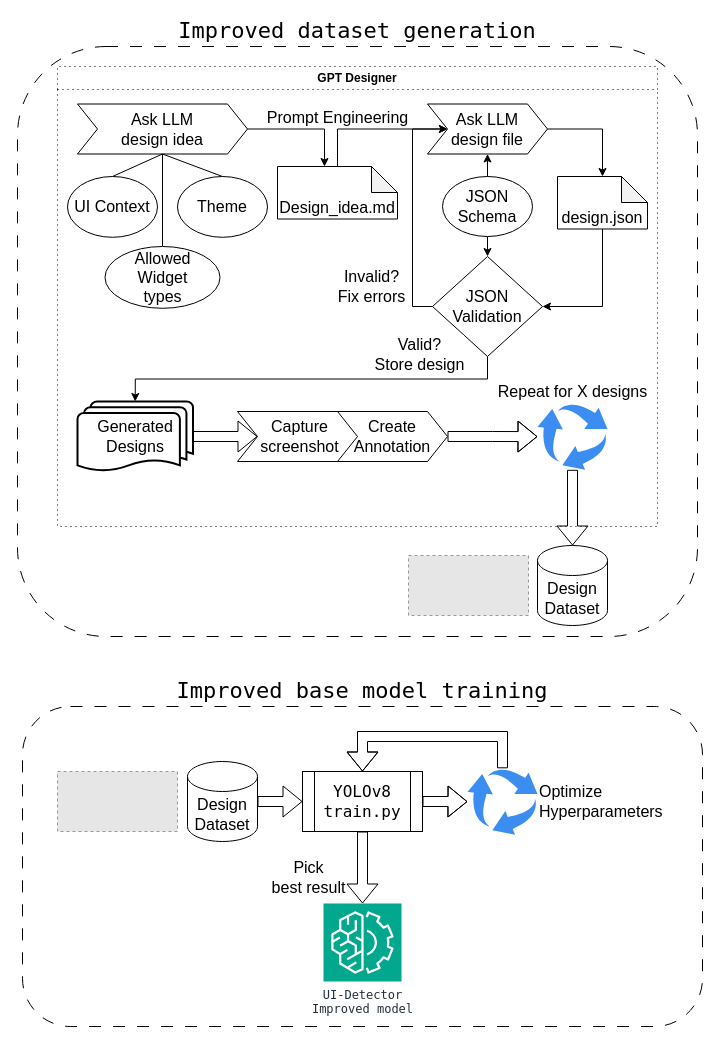
Earlier version of the draw.io diagram page "Improved Model" (3 of 5) of doc/Framework.drawio (HackXIt/lvgl-ui-detector). Source tidied: cells renumbered, new cells numbered last; positions are measured from the earlier drawing's top-left corner, leaving out a move shared by most shapes. Both pictures are drawn from the tidied source at 100%, with x=0, y=0 at pixel (17, 46). Pictures stored in the file or linked from it are replaced by grey dashed boxes.
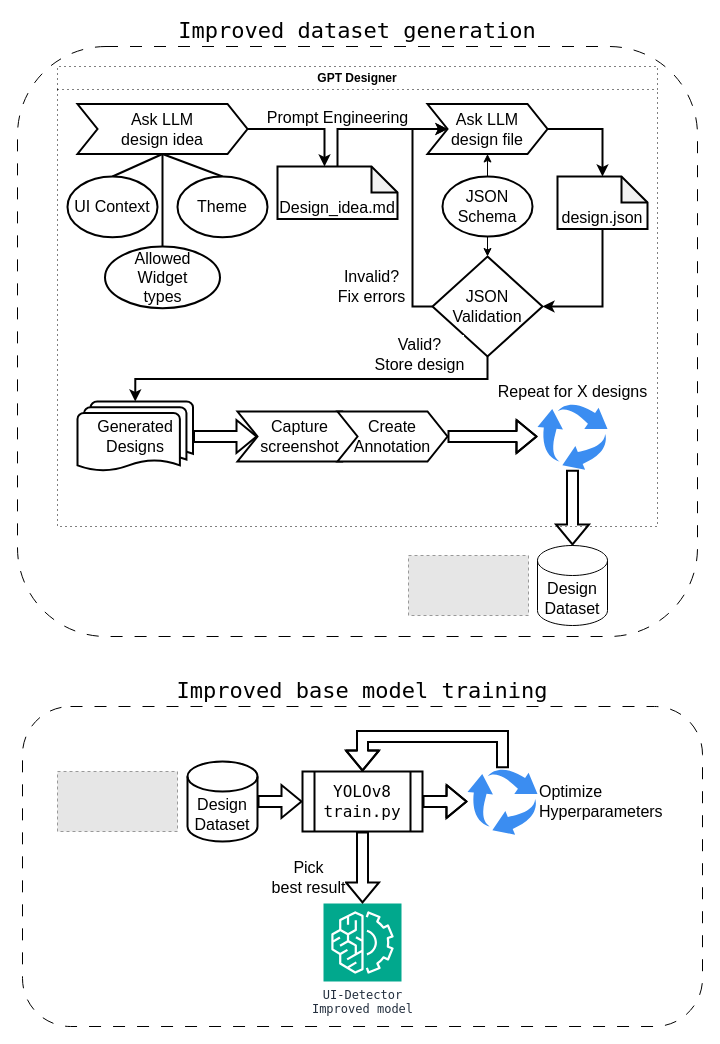
After the change.

Unchanged cells that the change refers to:
```xml
<mxCell id="3" value="GPT Designer" style="swimlane;whiteSpace=wrap;html=1;strokeWidth=1;dashed=1;dashPattern=1 4;" parent="1" vertex="1">
  <mxGeometry x="40" y="20" width="600" height="460" as="geometry" />
</mxCell>
<mxCell id="22" value="Generated&lt;br style=&quot;font-size: 16px;&quot;&gt;Designs" style="strokeWidth=2;html=1;shape=mxgraph.flowchart.multi-document;whiteSpace=wrap;fontSize=16;" parent="3" vertex="1">
  <mxGeometry x="20" y="335" width="115.5" height="70" as="geometry" />
</mxCell>
<mxCell id="27" value="Design&lt;br&gt;Dataset" style="shape=cylinder3;whiteSpace=wrap;html=1;boundedLbl=1;backgroundOutline=1;size=15;fontSize=16;" parent="25" vertex="1">
  <mxGeometry x="129" width="70" height="80" as="geometry" />
</mxCell>
<mxCell id="31" value="UI-Detector&lt;br&gt;Improved model" style="sketch=0;points=[[0,0,0],[0.25,0,0],[0.5,0,0],[0.75,0,0],[1,0,0],[0,1,0],[0.25,1,0],[0.5,1,0],[0.75,1,0],[1,1,0],[0,0.25,0],[0,0.5,0],[0,0.75,0],[1,0.25,0],[1,0.5,0],[1,0.75,0]];outlineConnect=0;fontColor=#232F3E;fillColor=#01A88D;strokeColor=#ffffff;dashed=0;verticalLabelPosition=bottom;verticalAlign=top;align=center;html=1;fontSize=12;fontStyle=0;shape=mxgraph.aws4.resourceIcon;resIcon=mxgraph.aws4.machine_learning;labelPosition=center;fontFamily=Lucida Console;" parent="1" vertex="1">
  <mxGeometry x="306" y="857" width="78" height="78" as="geometry" />
</mxCell>
<mxCell id="36" value="&lt;font style=&quot;font-size: 16px;&quot;&gt;Optimize&lt;br&gt;Hyperparameters&lt;/font&gt;" style="sketch=0;html=1;strokeColor=none;shadow=0;fillColor=#3B8DF1;verticalAlign=middle;labelPosition=right;verticalLabelPosition=middle;shape=mxgraph.gcp2.arrow_cycle;align=left;" parent="1" vertex="1">
  <mxGeometry x="450" y="721.8" width="70" height="66.5" as="geometry" />
</mxCell>
<mxCell id="40" value="&lt;font style=&quot;font-size: 16px;&quot;&gt;Repeat for X designs&lt;/font&gt;" style="sketch=0;html=1;strokeColor=none;shadow=0;fillColor=#3B8DF1;verticalAlign=bottom;labelPosition=center;verticalLabelPosition=top;shape=mxgraph.gcp2.arrow_cycle;align=center;" parent="1" vertex="1">
  <mxGeometry x="520" y="356.8" width="70" height="66.5" as="geometry" />
</mxCell>
```

The edit, as a diff of the source:
```diff
@@
-    <mxCell id="4" value="Ask LLM&lt;br&gt;design idea" style="shape=step;perimeter=stepPerimeter;whiteSpace=wrap;html=1;fixedSize=1;fontSize=16;" parent="3" vertex="1">
+    <mxCell id="4" value="Ask LLM&lt;br&gt;design idea" style="shape=step;perimeter=stepPerimeter;whiteSpace=wrap;html=1;fixedSize=1;fontSize=16;strokeWidth=2;" parent="3" vertex="1">
       <mxGeometry x="20" y="37.5" width="170" height="50" as="geometry" />
     </mxCell>
-    <mxCell id="5" value="Ask LLM&lt;br&gt;design file" style="shape=step;perimeter=stepPerimeter;whiteSpace=wrap;html=1;fixedSize=1;fontSize=16;" parent="3" vertex="1">
+    <mxCell id="5" value="Ask LLM&lt;br&gt;design file" style="shape=step;perimeter=stepPerimeter;whiteSpace=wrap;html=1;fixedSize=1;fontSize=16;strokeWidth=2;" parent="3" vertex="1">
       <mxGeometry x="370" y="37.5" width="120" height="50" as="geometry" />
     </mxCell>
-    <mxCell id="6" style="rounded=0;jettySize=auto;html=1;exitX=0.5;exitY=0;exitDx=0;exitDy=0;entryX=0.5;entryY=1;entryDx=0;entryDy=0;endArrow=none;endFill=0;" parent="3" edge="1" source="7" target="4">
+    <mxCell id="6" style="rounded=0;jettySize=auto;html=1;exitX=0.5;exitY=0;exitDx=0;exitDy=0;entryX=0.5;entryY=1;entryDx=0;entryDy=0;endArrow=none;endFill=0;strokeWidth=2;" parent="3" edge="1" source="7" target="4">
       <mxGeometry relative="1" as="geometry" />
     </mxCell>
-    <mxCell id="7" value="UI Context" style="ellipse;whiteSpace=wrap;html=1;fontSize=16;" parent="3" vertex="1">
+    <mxCell id="7" value="UI Context" style="ellipse;whiteSpace=wrap;html=1;fontSize=16;strokeWidth=2;" parent="3" vertex="1">
       <mxGeometry x="10" y="110" width="90" height="60.8" as="geometry" />
     </mxCell>
-    <mxCell id="8" style="rounded=0;jettySize=auto;html=1;exitX=0.5;exitY=0;exitDx=0;exitDy=0;entryX=0.5;entryY=1;entryDx=0;entryDy=0;endArrow=none;endFill=0;" parent="3" edge="1" source="9" target="4">
+    <mxCell id="8" style="rounded=0;jettySize=auto;html=1;exitX=0.5;exitY=0;exitDx=0;exitDy=0;entryX=0.5;entryY=1;entryDx=0;entryDy=0;endArrow=none;endFill=0;strokeWidth=2;" parent="3" edge="1" source="9" target="4">
       <mxGeometry relative="1" as="geometry" />
     </mxCell>
-    <mxCell id="9" value="Allowed&lt;br&gt;Widget&lt;br&gt;types" style="ellipse;whiteSpace=wrap;html=1;fontSize=16;" parent="3" vertex="1">
+    <mxCell id="9" value="Allowed&lt;br&gt;Widget&lt;br&gt;types" style="ellipse;whiteSpace=wrap;html=1;fontSize=16;strokeWidth=2;" parent="3" vertex="1">
       <mxGeometry x="47.5" y="180" width="115" height="61.8" as="geometry" />
     </mxCell>
-    <mxCell id="10" style="rounded=0;jettySize=auto;html=1;exitX=0.5;exitY=0;exitDx=0;exitDy=0;entryX=0.5;entryY=1;entryDx=0;entryDy=0;endArrow=none;endFill=0;" parent="3" edge="1" source="11" target="4">
+    <mxCell id="10" style="rounded=0;jettySize=auto;html=1;exitX=0.5;exitY=0;exitDx=0;exitDy=0;entryX=0.5;entryY=1;entryDx=0;entryDy=0;endArrow=none;endFill=0;strokeWidth=2;" parent="3" edge="1" source="11" target="4">
       <mxGeometry relative="1" as="geometry" />
     </mxCell>
-    <mxCell id="11" value="Theme" style="ellipse;whiteSpace=wrap;html=1;fontSize=16;" parent="3" vertex="1">
+    <mxCell id="11" value="Theme" style="ellipse;whiteSpace=wrap;html=1;fontSize=16;strokeWidth=2;" parent="3" vertex="1">
       <mxGeometry x="120" y="110" width="90" height="60.8" as="geometry" />
     </mxCell>
-    <mxCell id="12" style="edgeStyle=orthogonalEdgeStyle;rounded=0;jettySize=auto;html=1;exitX=0.5;exitY=0;exitDx=0;exitDy=0;exitPerimeter=0;entryX=0;entryY=0.5;entryDx=0;entryDy=0;" parent="3" edge="1" source="14" target="5">
+    <mxCell id="12" style="edgeStyle=orthogonalEdgeStyle;rounded=0;jettySize=auto;html=1;exitX=0.5;exitY=0;exitDx=0;exitDy=0;exitPerimeter=0;entryX=0;entryY=0.5;entryDx=0;entryDy=0;strokeWidth=2;" parent="3" edge="1" source="14" target="5">
       <mxGeometry relative="1" as="geometry">
         <Array as="points">
           <mxPoint x="280" y="62" />
           <mxPoint x="390" y="62" />
         </Array>
       </mxGeometry>
     </mxCell>
@@
-    <mxCell id="14" value="Design_idea.md" style="shape=note;whiteSpace=wrap;html=1;backgroundOutline=1;darkOpacity=0.05;size=26;verticalAlign=bottom;fontSize=16;" parent="3" vertex="1">
+    <mxCell id="14" value="Design_idea.md" style="shape=note;whiteSpace=wrap;html=1;backgroundOutline=1;darkOpacity=0.05;size=26;verticalAlign=bottom;fontSize=16;strokeWidth=2;" parent="3" vertex="1">
       <mxGeometry x="220" y="100" width="120" height="52.5" as="geometry" />
     </mxCell>
-    <mxCell id="15" style="edgeStyle=orthogonalEdgeStyle;rounded=0;jettySize=auto;html=1;exitX=1;exitY=0.5;exitDx=0;exitDy=0;entryX=0;entryY=0;entryDx=47;entryDy=0;entryPerimeter=0;" parent="3" edge="1" source="4" target="14">
+    <mxCell id="15" style="edgeStyle=orthogonalEdgeStyle;rounded=0;jettySize=auto;html=1;exitX=1;exitY=0.5;exitDx=0;exitDy=0;entryX=0;entryY=0;entryDx=47;entryDy=0;entryPerimeter=0;strokeWidth=2;" parent="3" edge="1" source="4" target="14">
       <mxGeometry relative="1" as="geometry" />
     </mxCell>
@@
-    <mxCell id="17" value="JSON&lt;br&gt;Schema" style="ellipse;whiteSpace=wrap;html=1;fontSize=16;" parent="3" vertex="1">
+    <mxCell id="17" value="JSON&lt;br&gt;Schema" style="ellipse;whiteSpace=wrap;html=1;fontSize=16;strokeWidth=2;" parent="3" vertex="1">
       <mxGeometry x="385" y="110" width="90" height="60" as="geometry" />
     </mxCell>
@@
-    <mxCell id="19" style="edgeStyle=orthogonalEdgeStyle;rounded=0;jettySize=auto;html=1;exitX=0;exitY=0.5;exitDx=0;exitDy=0;entryX=0;entryY=0.5;entryDx=0;entryDy=0;" parent="3" edge="1" source="21" target="5">
+    <mxCell id="19" style="edgeStyle=orthogonalEdgeStyle;rounded=0;jettySize=auto;html=1;exitX=0;exitY=0.5;exitDx=0;exitDy=0;entryX=0;entryY=0.5;entryDx=0;entryDy=0;strokeWidth=2;" parent="3" edge="1" source="21" target="5">
       <mxGeometry relative="1" as="geometry">
         <Array as="points">
           <mxPoint x="355" y="240" />
           <mxPoint x="355" y="63" />
         </Array>
       </mxGeometry>
     </mxCell>
@@
-    <mxCell id="21" value="JSON&lt;br style=&quot;font-size: 16px;&quot;&gt;Validation" style="rhombus;whiteSpace=wrap;html=1;fontSize=16;" parent="3" vertex="1">
+    <mxCell id="21" value="JSON&lt;br style=&quot;font-size: 16px;&quot;&gt;Validation" style="rhombus;whiteSpace=wrap;html=1;fontSize=16;strokeWidth=2;" parent="3" vertex="1">
       <mxGeometry x="375" y="190" width="110" height="100" as="geometry" />
     </mxCell>
@@
-    <mxCell id="23" style="edgeStyle=orthogonalEdgeStyle;rounded=0;jettySize=auto;html=1;exitX=0.5;exitY=1;exitDx=0;exitDy=0;entryX=0.5;entryY=0;entryDx=0;entryDy=0;entryPerimeter=0;" parent="3" edge="1" source="21" target="22">
+    <mxCell id="23" style="edgeStyle=orthogonalEdgeStyle;rounded=0;jettySize=auto;html=1;exitX=0.5;exitY=1;exitDx=0;exitDy=0;entryX=0.5;entryY=0;entryDx=0;entryDy=0;entryPerimeter=0;strokeWidth=2;" parent="3" edge="1" source="21" target="22">
       <mxGeometry relative="1" as="geometry" />
     </mxCell>
@@
-    <mxCell id="25" style="group;" parent="1" vertex="1">
+    <mxCell id="25" style="group;strokeWidth=2;" parent="1" vertex="1">
       <mxGeometry x="391" y="499" width="200" height="80" as="geometry" />
     </mxCell>
@@
-    <mxCell id="30" value="Design&lt;br&gt;Dataset" style="shape=cylinder3;whiteSpace=wrap;html=1;boundedLbl=1;backgroundOutline=1;size=15;fontSize=16;" parent="1" vertex="1">
+    <mxCell id="30" value="Design&lt;br&gt;Dataset" style="shape=cylinder3;whiteSpace=wrap;html=1;boundedLbl=1;backgroundOutline=1;size=15;fontSize=16;strokeWidth=2;" parent="1" vertex="1">
       <mxGeometry x="170" y="715" width="70" height="80" as="geometry" />
     </mxCell>
@@
-    <mxCell id="32" style="edgeStyle=orthogonalEdgeStyle;rounded=0;jettySize=auto;html=1;exitX=1;exitY=0.5;exitDx=0;exitDy=0;shape=flexArrow;" parent="1" edge="1" source="34" target="36">
+    <mxCell id="32" style="edgeStyle=orthogonalEdgeStyle;rounded=0;jettySize=auto;html=1;exitX=1;exitY=0.5;exitDx=0;exitDy=0;shape=flexArrow;strokeWidth=2;" parent="1" edge="1" source="34" target="36">
       <mxGeometry relative="1" as="geometry" />
     </mxCell>
-    <mxCell id="33" style="edgeStyle=orthogonalEdgeStyle;rounded=0;jettySize=auto;html=1;exitX=0.5;exitY=0;exitDx=0;exitDy=0;startArrow=block;startFill=0;shape=flexArrow;endArrow=none;endFill=0;" parent="1" edge="1" source="34" target="36">
+    <mxCell id="33" style="edgeStyle=orthogonalEdgeStyle;rounded=0;jettySize=auto;html=1;exitX=0.5;exitY=0;exitDx=0;exitDy=0;startArrow=block;startFill=0;shape=flexArrow;endArrow=none;endFill=0;strokeWidth=2;" parent="1" edge="1" source="34" target="36">
       <mxGeometry relative="1" as="geometry">
         <Array as="points">
           <mxPoint x="345" y="690" />
           <mxPoint x="485" y="690" />
         </Array>
       </mxGeometry>
     </mxCell>
-    <mxCell id="34" value="YOLOv8&lt;br&gt;train.py" style="shape=process;whiteSpace=wrap;html=1;backgroundOutline=1;fontFamily=Lucida Console;fontSize=16;" parent="1" vertex="1">
+    <mxCell id="34" value="YOLOv8&lt;br&gt;train.py" style="shape=process;whiteSpace=wrap;html=1;backgroundOutline=1;fontFamily=Lucida Console;fontSize=16;strokeWidth=2;" parent="1" vertex="1">
       <mxGeometry x="285" y="725" width="120" height="60" as="geometry" />
     </mxCell>
-    <mxCell id="35" style="edgeStyle=orthogonalEdgeStyle;rounded=0;jettySize=auto;html=1;exitX=1;exitY=0.5;exitDx=0;exitDy=0;exitPerimeter=0;entryX=0;entryY=0.5;entryDx=0;entryDy=0;shape=flexArrow;" parent="1" edge="1" source="30" target="34">
+    <mxCell id="35" style="edgeStyle=orthogonalEdgeStyle;rounded=0;jettySize=auto;html=1;exitX=1;exitY=0.5;exitDx=0;exitDy=0;exitPerimeter=0;entryX=0;entryY=0.5;entryDx=0;entryDy=0;shape=flexArrow;strokeWidth=2;" parent="1" edge="1" source="30" target="34">
       <mxGeometry relative="1" as="geometry" />
     </mxCell>
@@
-    <mxCell id="37" style="edgeStyle=orthogonalEdgeStyle;rounded=0;jettySize=auto;html=1;exitX=0.5;exitY=1;exitDx=0;exitDy=0;entryX=0.5;entryY=0;entryDx=0;entryDy=0;entryPerimeter=0;shape=flexArrow;" parent="1" edge="1" source="34" target="31">
+    <mxCell id="37" style="edgeStyle=orthogonalEdgeStyle;rounded=0;jettySize=auto;html=1;exitX=0.5;exitY=1;exitDx=0;exitDy=0;entryX=0.5;entryY=0;entryDx=0;entryDy=0;entryPerimeter=0;shape=flexArrow;strokeWidth=2;" parent="1" edge="1" source="34" target="31">
       <mxGeometry relative="1" as="geometry" />
     </mxCell>
@@
-    <mxCell id="39" value="Capture&lt;br&gt;screenshot" style="shape=step;perimeter=stepPerimeter;whiteSpace=wrap;html=1;fixedSize=1;fontSize=16;" parent="1" vertex="1">
+    <mxCell id="39" value="Capture&lt;br&gt;screenshot" style="shape=step;perimeter=stepPerimeter;whiteSpace=wrap;html=1;fixedSize=1;fontSize=16;strokeWidth=2;" parent="1" vertex="1">
       <mxGeometry x="220" y="365" width="125" height="50" as="geometry" />
     </mxCell>
@@
-    <mxCell id="41" style="edgeStyle=orthogonalEdgeStyle;rounded=0;jettySize=auto;html=1;exitX=1;exitY=0.5;exitDx=0;exitDy=0;shape=flexArrow;" parent="1" edge="1" source="42" target="40">
+    <mxCell id="41" style="edgeStyle=orthogonalEdgeStyle;rounded=0;jettySize=auto;html=1;exitX=1;exitY=0.5;exitDx=0;exitDy=0;shape=flexArrow;strokeWidth=2;" parent="1" edge="1" source="42" target="40">
       <mxGeometry relative="1" as="geometry" />
     </mxCell>
-    <mxCell id="42" value="Create&lt;br&gt;Annotation" style="shape=step;perimeter=stepPerimeter;whiteSpace=wrap;html=1;fixedSize=1;fontSize=16;" parent="1" vertex="1">
+    <mxCell id="42" value="Create&lt;br&gt;Annotation" style="shape=step;perimeter=stepPerimeter;whiteSpace=wrap;html=1;fixedSize=1;fontSize=16;strokeWidth=2;" parent="1" vertex="1">
       <mxGeometry x="320" y="365" width="110" height="50" as="geometry" />
     </mxCell>
-    <mxCell id="43" style="edgeStyle=orthogonalEdgeStyle;rounded=0;jettySize=auto;html=1;exitX=0.5;exitY=1;exitDx=0;exitDy=0;exitPerimeter=0;entryX=1;entryY=0.5;entryDx=0;entryDy=0;" parent="1" edge="1" source="44" target="21">
+    <mxCell id="43" style="edgeStyle=orthogonalEdgeStyle;rounded=0;jettySize=auto;html=1;exitX=0.5;exitY=1;exitDx=0;exitDy=0;exitPerimeter=0;entryX=1;entryY=0.5;entryDx=0;entryDy=0;strokeWidth=2;" parent="1" edge="1" source="44" target="21">
       <mxGeometry relative="1" as="geometry" />
     </mxCell>
-    <mxCell id="44" value="design.json" style="shape=note;whiteSpace=wrap;html=1;backgroundOutline=1;darkOpacity=0.05;size=26;verticalAlign=bottom;fontSize=16;" parent="1" vertex="1">
+    <mxCell id="44" value="design.json" style="shape=note;whiteSpace=wrap;html=1;backgroundOutline=1;darkOpacity=0.05;size=26;verticalAlign=bottom;fontSize=16;strokeWidth=2;" parent="1" vertex="1">
       <mxGeometry x="540" y="130" width="90" height="52.5" as="geometry" />
     </mxCell>
-    <mxCell id="45" style="edgeStyle=orthogonalEdgeStyle;rounded=0;jettySize=auto;html=1;exitX=1;exitY=0.5;exitDx=0;exitDy=0;entryX=0.5;entryY=0;entryDx=0;entryDy=0;entryPerimeter=0;" parent="1" edge="1" source="5" target="44">
+    <mxCell id="45" style="edgeStyle=orthogonalEdgeStyle;rounded=0;jettySize=auto;html=1;exitX=1;exitY=0.5;exitDx=0;exitDy=0;entryX=0.5;entryY=0;entryDx=0;entryDy=0;entryPerimeter=0;strokeWidth=2;" parent="1" edge="1" source="5" target="44">
       <mxGeometry relative="1" as="geometry" />
     </mxCell>
-    <mxCell id="46" style="edgeStyle=orthogonalEdgeStyle;rounded=0;jettySize=auto;html=1;exitX=1;exitY=0.5;exitDx=0;exitDy=0;exitPerimeter=0;entryX=0;entryY=0.5;entryDx=0;entryDy=0;shape=flexArrow;" parent="1" edge="1" source="22" target="39">
+    <mxCell id="46" style="edgeStyle=orthogonalEdgeStyle;rounded=0;jettySize=auto;html=1;exitX=1;exitY=0.5;exitDx=0;exitDy=0;exitPerimeter=0;entryX=0;entryY=0.5;entryDx=0;entryDy=0;shape=flexArrow;strokeWidth=2;" parent="1" edge="1" source="22" target="39">
       <mxGeometry relative="1" as="geometry" />
     </mxCell>
-    <mxCell id="47" style="edgeStyle=orthogonalEdgeStyle;rounded=0;jettySize=auto;html=1;exitX=0.5;exitY=0;exitDx=0;exitDy=0;exitPerimeter=0;shape=flexArrow;startArrow=block;startFill=0;endArrow=none;endFill=0;" parent="1" edge="1" source="27" target="40">
+    <mxCell id="47" style="edgeStyle=orthogonalEdgeStyle;rounded=0;jettySize=auto;html=1;exitX=0.5;exitY=0;exitDx=0;exitDy=0;exitPerimeter=0;shape=flexArrow;startArrow=block;startFill=0;endArrow=none;endFill=0;strokeWidth=2;" parent="1" edge="1" source="27" target="40">
       <mxGeometry relative="1" as="geometry" />
     </mxCell>
```
